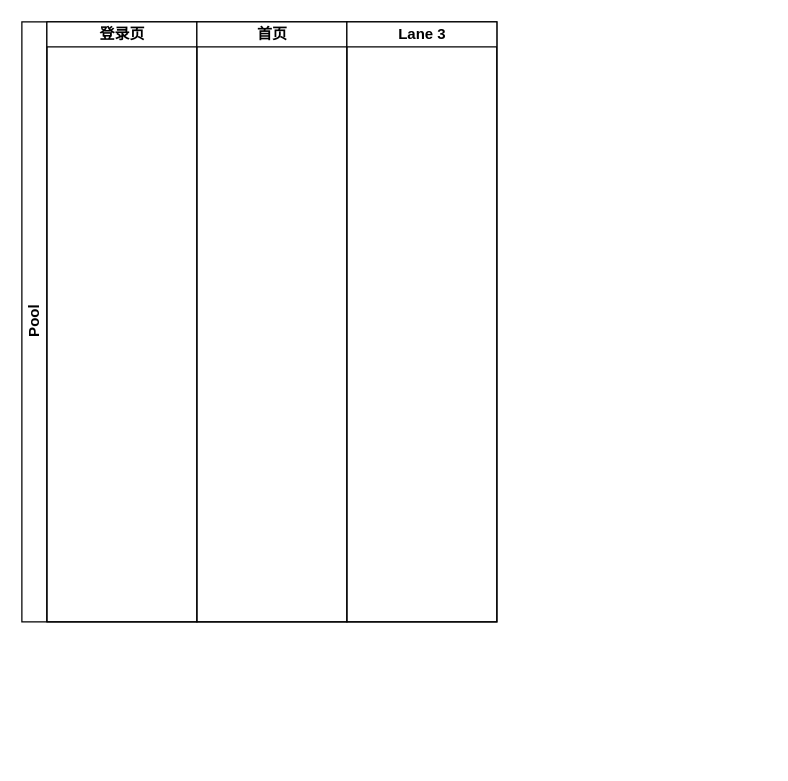
Earlier version of the draw.io diagram 未命名表单.drawio (hcy973747509/draw.io). Source tidied: cells renumbered, new cells numbered last; positions are measured from the earlier drawing's top-left corner, leaving out a move shared by most shapes. Both pictures are drawn from the tidied source at 125%, with x=0, y=0 at pixel (21, 21).
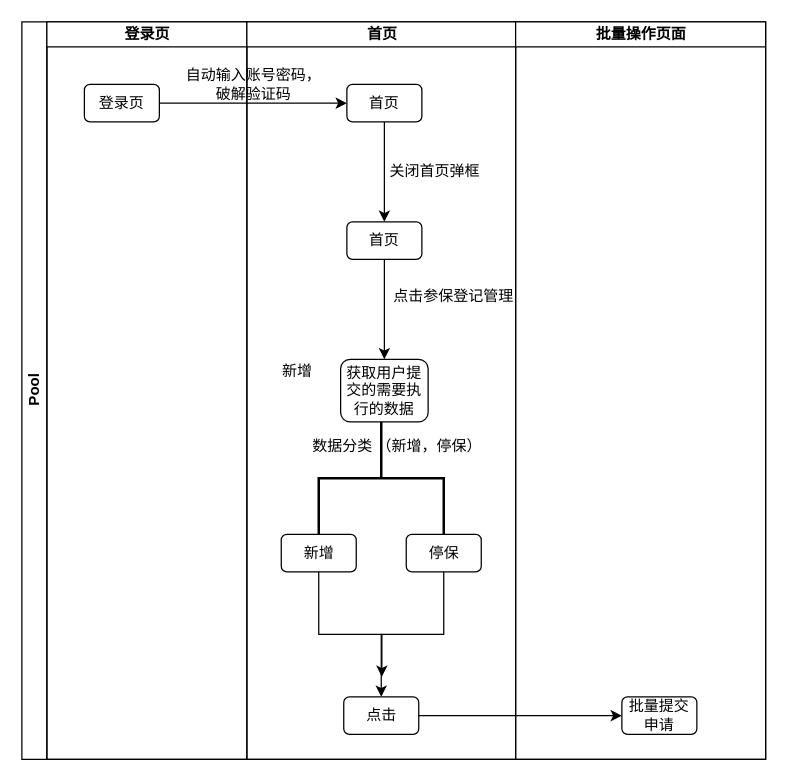
Above is the later version.

What changed in the source:
```diff
@@
     <mxCell id="2" value="Pool" style="swimlane;html=1;startSize=20;horizontal=0;" parent="1" vertex="1">
-      <mxGeometry width="380" height="480" as="geometry" />
+      <mxGeometry width="595" height="590" as="geometry" />
     </mxCell>
     <mxCell id="3" value="登录页" style="swimlane;html=1;startSize=20;" parent="2" vertex="1">
-      <mxGeometry x="20" width="120" height="480" as="geometry" />
+      <mxGeometry x="20" width="160" height="590" as="geometry" />
     </mxCell>
+    <mxCell id="6" value="登录页" style="rounded=1;whiteSpace=wrap;html=1;" parent="3" vertex="1">
+      <mxGeometry x="30" y="50" width="60" height="30" as="geometry" />
+    </mxCell>
     <mxCell id="4" value="首页" style="swimlane;html=1;startSize=20;" parent="2" vertex="1">
-      <mxGeometry x="140" width="120" height="480" as="geometry" />
+      <mxGeometry x="180" width="215" height="590" as="geometry" />
     </mxCell>
+    <mxCell id="7" style="edgeStyle=orthogonalEdgeStyle;rounded=0;jettySize=auto;html=1;" parent="4" edge="1" source="8" target="10">
+      <mxGeometry relative="1" as="geometry" />
+    </mxCell>
+    <mxCell id="8" value="首页" style="rounded=1;whiteSpace=wrap;html=1;" parent="4" vertex="1">
+      <mxGeometry x="80" y="50" width="60" height="30" as="geometry" />
+    </mxCell>
+    <mxCell id="9" style="edgeStyle=orthogonalEdgeStyle;rounded=0;jettySize=auto;html=1;" parent="4" edge="1" source="10" target="11">
+      <mxGeometry relative="1" as="geometry" />
+    </mxCell>
+    <mxCell id="10" value="首页" style="rounded=1;whiteSpace=wrap;html=1;" parent="4" vertex="1">
+      <mxGeometry x="80" y="160" width="60" height="30" as="geometry" />
+    </mxCell>
+    <mxCell id="11" value="获取用户提交的需要执行的数据&lt;br&gt;" style="rounded=1;whiteSpace=wrap;html=1;" parent="4" vertex="1">
+      <mxGeometry x="75" y="270" width="70" height="50" as="geometry" />
+    </mxCell>
+    <mxCell id="12" value="自动输入账号密码，&lt;br&gt;破解验证码" style="text;html=1;align=center;verticalAlign=middle;fillColor=none;strokeColor=none;rounded=0;" parent="4" vertex="1">
+      <mxGeometry x="-55" y="35" width="120" height="30" as="geometry" />
+    </mxCell>
+    <mxCell id="13" value="关闭首页弹框" style="text;html=1;align=center;verticalAlign=middle;fillColor=none;strokeColor=none;rounded=0;" parent="4" vertex="1">
+      <mxGeometry x="105" y="109.8" width="90" height="20" as="geometry" />
+    </mxCell>
+    <mxCell id="14" value="点击参保登记管理" style="text;html=1;align=center;verticalAlign=middle;fillColor=none;strokeColor=none;rounded=0;" parent="4" vertex="1">
+      <mxGeometry x="110" y="209.8" width="110" height="20" as="geometry" />
+    </mxCell>
+    <mxCell id="15" value="新增" style="text;html=1;align=center;verticalAlign=middle;fillColor=none;strokeColor=none;rounded=0;" parent="4" vertex="1">
+      <mxGeometry x="20" y="270" width="40" height="20" as="geometry" />
+    </mxCell>
+    <mxCell id="16" value="数据分类 （新增，停保）" style="text;html=1;align=center;verticalAlign=middle;fillColor=none;strokeColor=none;rounded=0;" parent="4" vertex="1">
+      <mxGeometry x="45" y="330" width="150" height="20" as="geometry" />
+    </mxCell>
+    <mxCell id="17" style="strokeWidth=2;html=1;shape=mxgraph.flowchart.annotation_2;align=left;labelPosition=right;direction=south;" parent="4" vertex="1">
+      <mxGeometry x="57.5" y="320" width="100" height="90" as="geometry" />
+    </mxCell>
+    <mxCell id="18" style="edgeStyle=orthogonalEdgeStyle;rounded=0;jettySize=auto;html=1;" parent="4" edge="1" source="19" target="20">
+      <mxGeometry relative="1" as="geometry" />
+    </mxCell>
+    <mxCell id="19" value="新增" style="rounded=1;whiteSpace=wrap;html=1;" parent="4" vertex="1">
+      <mxGeometry x="27.5" y="410" width="60" height="30" as="geometry" />
+    </mxCell>
+    <mxCell id="20" value="点击" style="rounded=1;whiteSpace=wrap;html=1;" parent="4" vertex="1">
+      <mxGeometry x="77.5" y="540" width="60" height="30" as="geometry" />
+    </mxCell>
+    <mxCell id="21" style="edgeStyle=orthogonalEdgeStyle;rounded=0;jettySize=auto;html=1;" parent="4" edge="1" source="22">
+      <mxGeometry relative="1" as="geometry">
+        <mxPoint x="108" y="524" as="targetPoint" />
+        <Array as="points">
+          <mxPoint x="158" y="490" />
+          <mxPoint x="108" y="490" />
+        </Array>
+      </mxGeometry>
+    </mxCell>
+    <mxCell id="22" value="停保" style="rounded=1;whiteSpace=wrap;html=1;" parent="4" vertex="1">
+      <mxGeometry x="127.5" y="410" width="60" height="30" as="geometry" />
+    </mxCell>
+    <mxCell id="23" style="endArrow=classic;html=1;" parent="4" edge="1">
+      <mxGeometry relative="1" as="geometry">
+        <mxPoint x="137.5" y="555" as="sourcePoint" />
+        <mxPoint x="300" y="555" as="targetPoint" />
+      </mxGeometry>
+    </mxCell>
-    <mxCell id="5" value="Lane 3" style="swimlane;html=1;startSize=20;" parent="2" vertex="1">
-      <mxGeometry x="260" width="120" height="480" as="geometry" />
+    <mxCell id="5" value="批量操作页面" style="swimlane;html=1;startSize=20;" parent="2" vertex="1">
+      <mxGeometry x="395" width="200" height="590" as="geometry" />
     </mxCell>
+    <mxCell id="24" value="批量提交申请" style="rounded=1;whiteSpace=wrap;html=1;" parent="5" vertex="1">
+      <mxGeometry x="85" y="540" width="60" height="30" as="geometry" />
+    </mxCell>
+    <mxCell id="25" style="edgeStyle=orthogonalEdgeStyle;rounded=0;jettySize=auto;html=1;" parent="2" edge="1" source="6" target="8">
+      <mxGeometry relative="1" as="geometry" />
+    </mxCell>
```
